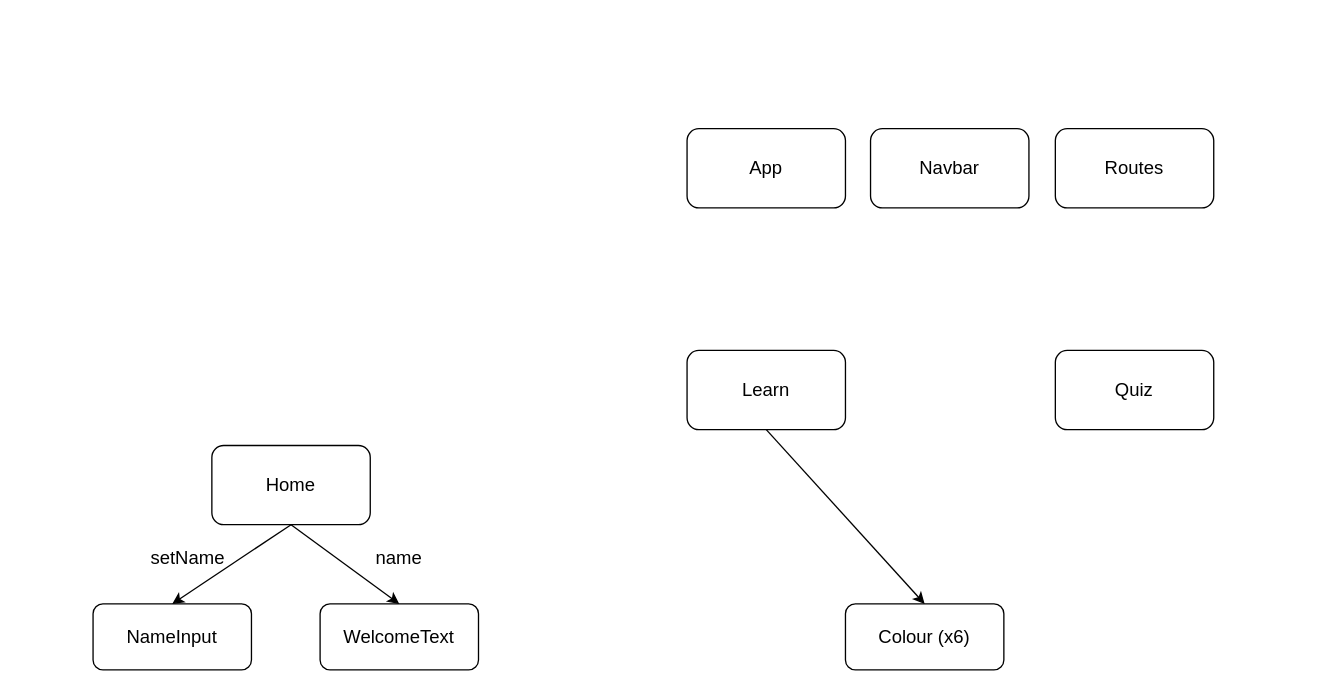
The draw.io diagram src/component-tree.drawio in rosiegracejones/all-about-colours, before the edit. Source tidied: cells renumbered, new cells numbered last; positions are measured from the earlier drawing's top-left corner, leaving out a move shared by most shapes. Both pictures are drawn from the tidied source at 132%, with x=0, y=0 at pixel (92, 128).
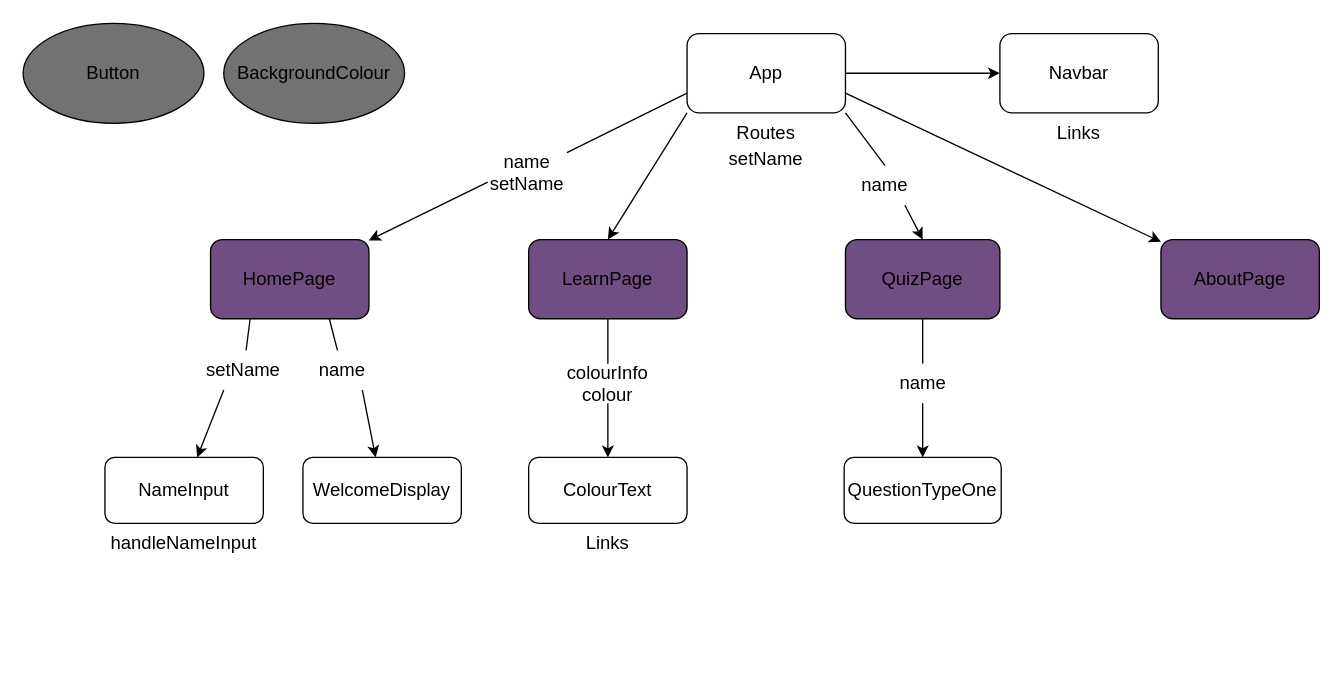
After the change.

Change to the diagram source:
```diff
@@
+    <mxCell id="16" style="edgeStyle=none;html=1;fontSize=14;" parent="1" edge="1" source="2" target="8">
+      <mxGeometry relative="1" as="geometry" />
+    </mxCell>
+    <mxCell id="17" style="edgeStyle=none;html=1;exitX=0.75;exitY=1;exitDx=0;exitDy=0;entryX=0.5;entryY=0;entryDx=0;entryDy=0;fontSize=14;startArrow=none;" parent="1" edge="1" source="43" target="27">
+      <mxGeometry relative="1" as="geometry" />
+    </mxCell>
+    <mxCell id="18" style="edgeStyle=none;html=1;exitX=1;exitY=0.75;exitDx=0;exitDy=0;fontSize=14;" parent="1" edge="1" source="2" target="25">
+      <mxGeometry relative="1" as="geometry" />
+    </mxCell>
+    <mxCell id="19" style="edgeStyle=none;html=1;exitX=0;exitY=1;exitDx=0;exitDy=0;entryX=0.5;entryY=0;entryDx=0;entryDy=0;fontSize=14;" parent="1" edge="1" source="2" target="10">
+      <mxGeometry relative="1" as="geometry" />
+    </mxCell>
+    <mxCell id="20" style="edgeStyle=none;html=1;exitX=0;exitY=0.75;exitDx=0;exitDy=0;fontSize=14;startArrow=none;" parent="1" edge="1" source="35" target="7">
+      <mxGeometry relative="1" as="geometry" />
+    </mxCell>
     <mxCell id="2" value="&lt;font style=&quot;font-size: 14px;&quot;&gt;App&lt;/font&gt;" style="rounded=1;whiteSpace=wrap;html=1;" parent="1" vertex="1">
-      <mxGeometry x="450" width="120" height="60" as="geometry" />
+      <mxGeometry x="450" y="-72" width="120" height="60" as="geometry" />
     </mxCell>
-    <mxCell id="3" value="&lt;font style=&quot;font-size: 14px;&quot;&gt;NameInput&lt;/font&gt;" style="rounded=1;whiteSpace=wrap;html=1;" parent="1" vertex="1">
-      <mxGeometry y="360" width="120" height="50" as="geometry" />
-    </mxCell>
-    <mxCell id="4" value="&lt;font style=&quot;font-size: 14px;&quot;&gt;WelcomeText&lt;/font&gt;" style="rounded=1;whiteSpace=wrap;html=1;" parent="1" vertex="1">
-      <mxGeometry x="172" y="360" width="120" height="50" as="geometry" />
+    <mxCell id="4" value="&lt;font style=&quot;font-size: 14px;&quot;&gt;NameInput&lt;/font&gt;" style="rounded=1;whiteSpace=wrap;html=1;" parent="1" vertex="1">
+      <mxGeometry x="9" y="249" width="120" height="50" as="geometry" />
     </mxCell>
-    <mxCell id="5" style="edgeStyle=none;html=1;fontSize=14;exitX=0.5;exitY=1;exitDx=0;exitDy=0;entryX=0.5;entryY=0;entryDx=0;entryDy=0;" parent="1" edge="1" source="7" target="4">
-      <mxGeometry relative="1" as="geometry" />
-    </mxCell>
-    <mxCell id="6" style="edgeStyle=none;html=1;exitX=0.5;exitY=1;exitDx=0;exitDy=0;entryX=0.5;entryY=0;entryDx=0;entryDy=0;fontSize=14;" parent="1" edge="1" source="7" target="3">
-      <mxGeometry relative="1" as="geometry" />
-    </mxCell>
+    <mxCell id="21" style="edgeStyle=none;html=1;exitX=0.25;exitY=1;exitDx=0;exitDy=0;fontSize=14;startArrow=none;" parent="1" edge="1" source="11" target="4">
+      <mxGeometry relative="1" as="geometry" />
+    </mxCell>
+    <mxCell id="22" style="edgeStyle=none;html=1;exitX=0.75;exitY=1;exitDx=0;exitDy=0;fontSize=14;startArrow=none;" parent="1" edge="1" source="38" target="30">
+      <mxGeometry relative="1" as="geometry" />
+    </mxCell>
-    <mxCell id="7" value="&lt;font style=&quot;font-size: 14px;&quot;&gt;Home&lt;/font&gt;" style="rounded=1;whiteSpace=wrap;html=1;" parent="1" vertex="1">
-      <mxGeometry x="90" y="240" width="120" height="60" as="geometry" />
+    <mxCell id="7" value="&lt;font style=&quot;font-size: 14px;&quot;&gt;HomePage&lt;/font&gt;" style="rounded=1;whiteSpace=wrap;html=1;fillColor=#704D82;" parent="1" vertex="1">
+      <mxGeometry x="89" y="84" width="120" height="60" as="geometry" />
     </mxCell>
     <mxCell id="8" value="&lt;font style=&quot;font-size: 14px;&quot;&gt;Navbar&lt;/font&gt;" style="rounded=1;whiteSpace=wrap;html=1;" parent="1" vertex="1">
-      <mxGeometry x="589" width="120" height="60" as="geometry" />
+      <mxGeometry x="687" y="-72" width="120" height="60" as="geometry" />
     </mxCell>
-    <mxCell id="9" style="edgeStyle=none;html=1;exitX=0.5;exitY=1;exitDx=0;exitDy=0;entryX=0.5;entryY=0;entryDx=0;entryDy=0;fontSize=14;" parent="1" edge="1" source="10" target="14">
-      <mxGeometry relative="1" as="geometry" />
-    </mxCell>
+    <mxCell id="23" style="edgeStyle=none;html=1;exitX=0.5;exitY=1;exitDx=0;exitDy=0;fontSize=14;startArrow=none;" parent="1" edge="1" source="40" target="33">
+      <mxGeometry relative="1" as="geometry" />
+    </mxCell>
-    <mxCell id="10" value="&lt;font style=&quot;font-size: 14px;&quot;&gt;Learn&lt;/font&gt;" style="rounded=1;whiteSpace=wrap;html=1;" parent="1" vertex="1">
-      <mxGeometry x="450" y="168" width="120" height="60" as="geometry" />
+    <mxCell id="10" value="&lt;font style=&quot;font-size: 14px;&quot;&gt;LearnPage&lt;/font&gt;" style="rounded=1;whiteSpace=wrap;html=1;fillColor=#704D82;" parent="1" vertex="1">
+      <mxGeometry x="330" y="84" width="120" height="60" as="geometry" />
     </mxCell>
+    <mxCell id="12" value="setName" style="text;html=1;strokeColor=none;fillColor=none;align=center;verticalAlign=middle;whiteSpace=wrap;rounded=0;fontSize=14;" parent="1" vertex="1">
+      <mxGeometry x="480" y="8" width="60" height="30" as="geometry" />
+    </mxCell>
+    <mxCell id="15" value="Routes" style="text;html=1;strokeColor=none;fillColor=none;align=center;verticalAlign=middle;whiteSpace=wrap;rounded=0;fontSize=14;" parent="1" vertex="1">
+      <mxGeometry x="480" y="-12" width="60" height="30" as="geometry" />
+    </mxCell>
+    <mxCell id="24" value="Links" style="text;html=1;strokeColor=none;fillColor=none;align=center;verticalAlign=middle;whiteSpace=wrap;rounded=0;fontSize=14;" parent="1" vertex="1">
+      <mxGeometry x="717" y="-12" width="60" height="30" as="geometry" />
+    </mxCell>
+    <mxCell id="25" value="&lt;font style=&quot;font-size: 14px;&quot;&gt;AboutPage&lt;/font&gt;" style="rounded=1;whiteSpace=wrap;html=1;fillColor=#704D82;" parent="1" vertex="1">
+      <mxGeometry x="809" y="84" width="120" height="60" as="geometry" />
+    </mxCell>
+    <mxCell id="26" style="edgeStyle=none;html=1;exitX=0.5;exitY=1;exitDx=0;exitDy=0;fontSize=14;startArrow=none;" parent="1" edge="1" source="45" target="41">
+      <mxGeometry relative="1" as="geometry" />
+    </mxCell>
+    <mxCell id="27" value="&lt;font style=&quot;font-size: 14px;&quot;&gt;QuizPage&lt;br&gt;&lt;/font&gt;" style="rounded=1;whiteSpace=wrap;html=1;fillColor=#704D82;" parent="1" vertex="1">
+      <mxGeometry x="570" y="84" width="117" height="60" as="geometry" />
+    </mxCell>
+    <mxCell id="28" value="BackgroundColour" style="ellipse;whiteSpace=wrap;html=1;fontSize=14;fillColor=#727273;" parent="1" vertex="1">
+      <mxGeometry x="99" y="-79.8" width="137" height="75.7" as="geometry" />
+    </mxCell>
+    <mxCell id="29" value="Button" style="ellipse;whiteSpace=wrap;html=1;fontSize=14;fillColor=#727273;" parent="1" vertex="1">
+      <mxGeometry x="-53" y="-79.8" width="137" height="75.7" as="geometry" />
+    </mxCell>
+    <mxCell id="30" value="&lt;font style=&quot;font-size: 14px;&quot;&gt;WelcomeDisplay&lt;/font&gt;" style="rounded=1;whiteSpace=wrap;html=1;" parent="1" vertex="1">
+      <mxGeometry x="159" y="249" width="120" height="50" as="geometry" />
+    </mxCell>
+    <mxCell id="31" value="handleNameInput" style="text;html=1;strokeColor=none;fillColor=none;align=center;verticalAlign=middle;whiteSpace=wrap;rounded=0;fontSize=14;" parent="1" vertex="1">
+      <mxGeometry x="39" y="299" width="60" height="30" as="geometry" />
+    </mxCell>
+    <mxCell id="32" value="Links" style="text;html=1;strokeColor=none;fillColor=none;align=center;verticalAlign=middle;whiteSpace=wrap;rounded=0;fontSize=14;" parent="1" vertex="1">
+      <mxGeometry x="360" y="299" width="60" height="30" as="geometry" />
+    </mxCell>
+    <mxCell id="33" value="&lt;font style=&quot;font-size: 14px;&quot;&gt;ColourText&lt;br&gt;&lt;/font&gt;" style="rounded=1;whiteSpace=wrap;html=1;" parent="1" vertex="1">
+      <mxGeometry x="330" y="249" width="120" height="50" as="geometry" />
+    </mxCell>
+    <mxCell id="34" style="edgeStyle=none;html=1;exitX=0;exitY=0.75;exitDx=0;exitDy=0;fontSize=14;endArrow=none;" parent="1" edge="1" source="2" target="35">
+      <mxGeometry relative="1" as="geometry" />
+    </mxCell>
+    <mxCell id="35" value="name&lt;br&gt;setName" style="text;html=1;strokeColor=none;fillColor=none;align=center;verticalAlign=middle;whiteSpace=wrap;rounded=0;fontSize=14;" parent="1" vertex="1">
+      <mxGeometry x="299" y="18" width="60" height="30" as="geometry" />
+    </mxCell>
+    <mxCell id="36" style="edgeStyle=none;html=1;exitX=0.25;exitY=1;exitDx=0;exitDy=0;fontSize=14;endArrow=none;" parent="1" edge="1" source="7" target="11">
+      <mxGeometry relative="1" as="geometry" />
+    </mxCell>
-    <mxCell id="11" value="name" style="text;html=1;strokeColor=none;fillColor=none;align=center;verticalAlign=middle;whiteSpace=wrap;rounded=0;fontSize=14;" parent="1" vertex="1">
-      <mxGeometry x="202" y="310" width="60" height="30" as="geometry" />
+    <mxCell id="11" value="setName" style="text;html=1;strokeColor=none;fillColor=none;align=center;verticalAlign=middle;whiteSpace=wrap;rounded=0;fontSize=14;" parent="1" vertex="1">
+      <mxGeometry x="84" y="168" width="60" height="30" as="geometry" />
     </mxCell>
-    <mxCell id="12" value="setName" style="text;html=1;strokeColor=none;fillColor=none;align=center;verticalAlign=middle;whiteSpace=wrap;rounded=0;fontSize=14;" parent="1" vertex="1">
-      <mxGeometry x="42" y="310" width="60" height="30" as="geometry" />
-    </mxCell>
-    <mxCell id="13" value="&lt;span style=&quot;font-size: 14px;&quot;&gt;Quiz&lt;/span&gt;" style="rounded=1;whiteSpace=wrap;html=1;" parent="1" vertex="1">
-      <mxGeometry x="729" y="168" width="120" height="60" as="geometry" />
-    </mxCell>
-    <mxCell id="14" value="Colour (x6)" style="rounded=1;whiteSpace=wrap;html=1;fontSize=14;" parent="1" vertex="1">
-      <mxGeometry x="570" y="360" width="120" height="50" as="geometry" />
-    </mxCell>
-    <mxCell id="15" value="&lt;font style=&quot;font-size: 14px;&quot;&gt;Routes&lt;/font&gt;" style="rounded=1;whiteSpace=wrap;html=1;" parent="1" vertex="1">
-      <mxGeometry x="729" width="120" height="60" as="geometry" />
-    </mxCell>
+    <mxCell id="37" style="edgeStyle=none;html=1;exitX=0.75;exitY=1;exitDx=0;exitDy=0;fontSize=14;endArrow=none;" parent="1" edge="1" source="7" target="38">
+      <mxGeometry relative="1" as="geometry" />
+    </mxCell>
+    <mxCell id="38" value="name" style="text;html=1;strokeColor=none;fillColor=none;align=center;verticalAlign=middle;whiteSpace=wrap;rounded=0;fontSize=14;" parent="1" vertex="1">
+      <mxGeometry x="159" y="168" width="60" height="30" as="geometry" />
+    </mxCell>
+    <mxCell id="39" style="edgeStyle=none;html=1;exitX=0.5;exitY=1;exitDx=0;exitDy=0;fontSize=14;endArrow=none;" parent="1" edge="1" source="10" target="40">
+      <mxGeometry relative="1" as="geometry" />
+    </mxCell>
+    <mxCell id="40" value="colourInfo&lt;br&gt;colour" style="text;html=1;strokeColor=none;fillColor=none;align=center;verticalAlign=middle;whiteSpace=wrap;rounded=0;fontSize=14;" parent="1" vertex="1">
+      <mxGeometry x="360" y="178" width="60" height="30" as="geometry" />
+    </mxCell>
+    <mxCell id="41" value="&lt;font style=&quot;font-size: 14px;&quot;&gt;QuestionTypeOne&lt;/font&gt;" style="rounded=1;whiteSpace=wrap;html=1;" parent="1" vertex="1">
+      <mxGeometry x="569" y="249" width="119" height="50" as="geometry" />
+    </mxCell>
+    <mxCell id="42" style="edgeStyle=none;html=1;exitX=1;exitY=1;exitDx=0;exitDy=0;entryX=0.5;entryY=0;entryDx=0;entryDy=0;fontSize=14;endArrow=none;" parent="1" edge="1" source="2" target="43">
+      <mxGeometry relative="1" as="geometry" />
+    </mxCell>
+    <mxCell id="43" value="name" style="text;html=1;strokeColor=none;fillColor=none;align=center;verticalAlign=middle;whiteSpace=wrap;rounded=0;fontSize=14;" parent="1" vertex="1">
+      <mxGeometry x="570" y="28" width="60" height="30" as="geometry" />
+    </mxCell>
+    <mxCell id="44" style="edgeStyle=none;html=1;exitX=0.5;exitY=1;exitDx=0;exitDy=0;fontSize=14;endArrow=none;" parent="1" edge="1" source="27" target="45">
+      <mxGeometry relative="1" as="geometry" />
+    </mxCell>
+    <mxCell id="45" value="name" style="text;html=1;strokeColor=none;fillColor=none;align=center;verticalAlign=middle;whiteSpace=wrap;rounded=0;fontSize=14;" parent="1" vertex="1">
+      <mxGeometry x="598.5" y="178" width="60" height="30" as="geometry" />
+    </mxCell>
```
